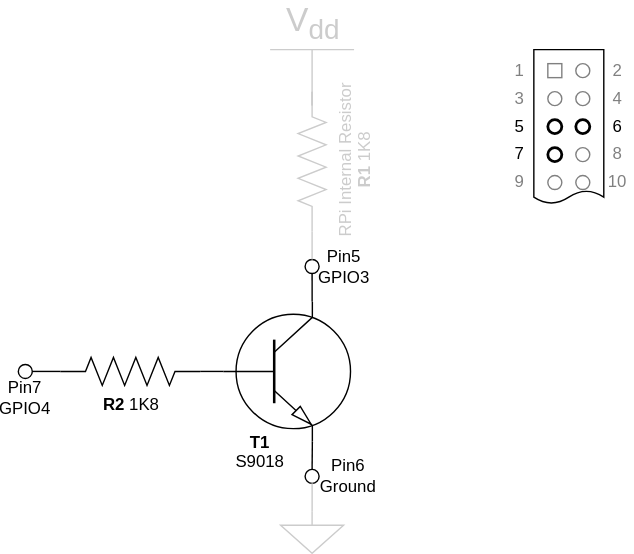
Earlier version of the draw.io export img/StartupTriggerSchematic.drawio.svg (abangtor/UPSLite). Source tidied: cells renumbered, new cells last; positions are measured from the earlier drawing's top-left corner, leaving out a move shared by most shapes.
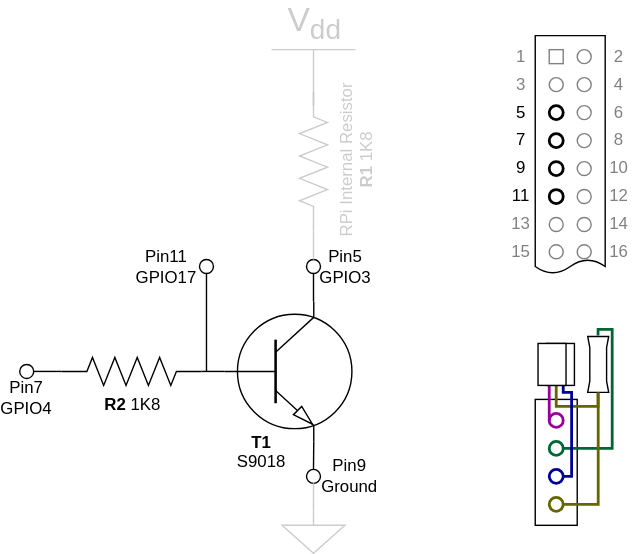
Above is the later version.

Commit message:
Added GPIO17 to be able to read voltage while charging

What changed in the source:
```diff
@@ -2,62 +2,62 @@
   <root>
     <mxCell id="0" />
     <mxCell id="1" parent="0" />
-    <mxCell id="2" style="shape=document;whiteSpace=wrap;html=1;boundedLbl=1;strokeWidth=1;size=0.08333333333333333;" parent="1" vertex="1">
-      <mxGeometry x="381" width="50" height="110" as="geometry" />
+    <mxCell id="2" style="shape=document;whiteSpace=wrap;html=1;boundedLbl=1;strokeWidth=1;size=0.058823529411764705;" parent="1" vertex="1">
+      <mxGeometry x="381" width="50" height="170" as="geometry" />
     </mxCell>
     <mxCell id="3" value="RPi Internal Resistor&lt;br&gt;&lt;b&gt;R1&lt;/b&gt; 1K8" style="verticalLabelPosition=bottom;shadow=0;dashed=0;align=center;html=1;verticalAlign=top;shape=mxgraph.electrical.resistors.resistor_2;rotation=-90;strokeColor=#CCCCCC;fontColor=#CCCCCC;" parent="1" vertex="1">
-      <mxGeometry x="172.5" y="70" width="100" height="20" as="geometry" />
+      <mxGeometry x="172.5" y="80" width="100" height="20" as="geometry" />
     </mxCell>
     <mxCell id="4" value="&lt;b&gt;T1&lt;br&gt;&lt;/b&gt;S9018" style="verticalLabelPosition=bottom;shadow=0;dashed=0;align=center;html=1;verticalAlign=top;shape=mxgraph.electrical.transistors.npn_transistor_1;fontStyle=0;spacingRight=40;spacingTop=-13;" parent="1" vertex="1">
-      <mxGeometry x="157" y="180" width="95" height="100" as="geometry" />
+      <mxGeometry x="157" y="190" width="95" height="100" as="geometry" />
     </mxCell>
     <mxCell id="5" style="edgeStyle=orthogonalEdgeStyle;rounded=0;jettySize=auto;html=1;endArrow=none;endFill=0;entryX=0;entryY=0.5;entryDx=0;entryDy=0;entryPerimeter=0;exitX=1;exitY=0.5;exitDx=0;exitDy=0;exitPerimeter=0;" parent="1" edge="1" source="6" target="4">
       <mxGeometry x="19" y="40" as="geometry" />
     </mxCell>
     <mxCell id="6" value="&lt;b&gt;R2&lt;/b&gt; 1K8" style="verticalLabelPosition=bottom;shadow=0;dashed=0;align=center;html=1;verticalAlign=top;shape=mxgraph.electrical.resistors.resistor_2;rotation=0;" parent="1" vertex="1">
-      <mxGeometry x="42.5" y="220" width="100" height="20" as="geometry" />
+      <mxGeometry x="42.5" y="230" width="100" height="20" as="geometry" />
     </mxCell>
     <mxCell id="7" style="edgeStyle=orthogonalEdgeStyle;rounded=0;jettySize=auto;html=1;fontColor=#CCCCCC;endArrow=none;endFill=0;strokeColor=#000000;entryX=0.7;entryY=0;entryDx=0;entryDy=0;entryPerimeter=0;" parent="1" edge="1" source="8" target="4">
       <mxGeometry x="19" y="40" as="geometry" />
     </mxCell>
     <mxCell id="8" style="ellipse;whiteSpace=wrap;html=1;fontColor=#CCCCCC;strokeColor=#000000;align=left;verticalAlign=top;" parent="1" vertex="1">
-      <mxGeometry x="217.5" y="150" width="10" height="10" as="geometry" />
+      <mxGeometry x="217.5" y="160" width="10" height="10" as="geometry" />
     </mxCell>
     <mxCell id="9" style="edgeStyle=orthogonalEdgeStyle;rounded=0;jettySize=auto;html=1;endArrow=none;endFill=0;exitX=0;exitY=0.5;exitDx=0;exitDy=0;exitPerimeter=0;entryX=0.5;entryY=0;entryDx=0;entryDy=0;strokeColor=#CCCCCC;" parent="1" edge="1" source="3" target="8">
       <mxGeometry x="19" y="40" as="geometry" />
     </mxCell>
     <mxCell id="10" style="ellipse;whiteSpace=wrap;html=1;fontColor=#CCCCCC;strokeColor=#000000;align=left;verticalAlign=top;" parent="1" vertex="1">
-      <mxGeometry x="217.5" y="300" width="10" height="10" as="geometry" />
+      <mxGeometry x="217.5" y="310" width="10" height="10" as="geometry" />
     </mxCell>
     <mxCell id="11" style="edgeStyle=orthogonalEdgeStyle;rounded=0;jettySize=auto;html=1;fontColor=#CCCCCC;endArrow=none;endFill=0;strokeColor=#000000;exitX=0.7;exitY=1;exitDx=0;exitDy=0;exitPerimeter=0;entryX=0.5;entryY=0;entryDx=0;entryDy=0;" parent="1" edge="1" source="4" target="10">
       <mxGeometry x="19" y="40" as="geometry" />
     </mxCell>
     <mxCell id="12" style="verticalLabelPosition=bottom;shadow=0;dashed=0;align=center;html=1;verticalAlign=top;shape=mxgraph.electrical.signal_sources.signal_ground;fontColor=#CCCCCC;strokeColor=#CCCCCC;" parent="1" vertex="1">
-      <mxGeometry x="200" y="330" width="45" height="30" as="geometry" />
+      <mxGeometry x="200" y="340" width="45" height="30" as="geometry" />
     </mxCell>
     <mxCell id="13" style="edgeStyle=orthogonalEdgeStyle;rounded=0;jettySize=auto;html=1;fontColor=#CCCCCC;endArrow=none;endFill=0;strokeColor=#CCCCCC;" parent="1" edge="1" source="10" target="12">
       <mxGeometry x="19" y="40" as="geometry" />
     </mxCell>
     <mxCell id="14" value="V&lt;sub&gt;dd&lt;/sub&gt;" style="verticalLabelPosition=top;verticalAlign=bottom;shape=mxgraph.electrical.signal_sources.vdd;shadow=0;dashed=0;align=center;strokeWidth=1;fontSize=24;html=1;flipV=1;fontColor=#CCCCCC;strokeColor=#CCCCCC;" parent="1" vertex="1">
-      <mxGeometry x="192.5" width="60" height="40" as="geometry" />
+      <mxGeometry x="192.5" y="10" width="60" height="40" as="geometry" />
     </mxCell>
     <mxCell id="15" style="edgeStyle=orthogonalEdgeStyle;rounded=0;jettySize=auto;html=1;endArrow=none;endFill=0;exitX=0.5;exitY=0;exitDx=0;exitDy=0;exitPerimeter=0;entryX=1;entryY=0.5;entryDx=0;entryDy=0;strokeColor=#CCCCCC;entryPerimeter=0;" parent="1" edge="1" source="14" target="3">
       <mxGeometry x="19" y="40" as="geometry" />
     </mxCell>
     <mxCell id="16" style="ellipse;whiteSpace=wrap;html=1;fontColor=#000000;strokeColor=#000000;align=center;verticalAlign=top;spacingTop=4;" parent="1" vertex="1">
-      <mxGeometry x="12.5" y="225" width="10" height="10" as="geometry" />
+      <mxGeometry x="12.5" y="235" width="10" height="10" as="geometry" />
     </mxCell>
     <mxCell id="17" style="edgeStyle=orthogonalEdgeStyle;rounded=0;jettySize=auto;html=1;fontColor=#CCCCCC;endArrow=none;endFill=0;strokeColor=#000000;entryX=1;entryY=0.5;entryDx=0;entryDy=0;exitX=0;exitY=0.5;exitDx=0;exitDy=0;exitPerimeter=0;" parent="1" edge="1" source="6" target="16">
       <mxGeometry x="19" y="40" as="geometry" />
     </mxCell>
     <mxCell id="18" value="Pin7&lt;br&gt;GPIO4" style="text;html=1;strokeColor=none;fillColor=none;align=center;verticalAlign=middle;whiteSpace=wrap;rounded=0;fontColor=#000000;" parent="1" vertex="1">
-      <mxGeometry y="236" width="35" height="25" as="geometry" />
+      <mxGeometry y="246" width="35" height="25" as="geometry" />
     </mxCell>
     <mxCell id="19" value="Pin5&lt;br&gt;GPIO3" style="text;html=1;strokeColor=none;fillColor=none;align=center;verticalAlign=middle;whiteSpace=wrap;rounded=0;fontColor=#000000;" parent="1" vertex="1">
-      <mxGeometry x="227.5" y="142.5" width="35" height="25" as="geometry" />
+      <mxGeometry x="227.5" y="152.5" width="35" height="25" as="geometry" />
     </mxCell>
-    <mxCell id="20" value="Pin6&lt;br&gt;Ground" style="text;html=1;strokeColor=none;fillColor=none;align=center;verticalAlign=middle;whiteSpace=wrap;rounded=0;fontColor=#000000;" parent="1" vertex="1">
-      <mxGeometry x="230.5" y="292.5" width="35" height="25" as="geometry" />
+    <mxCell id="20" value="Pin9&lt;br&gt;Ground" style="text;html=1;strokeColor=none;fillColor=none;align=center;verticalAlign=middle;whiteSpace=wrap;rounded=0;fontColor=#000000;" parent="1" vertex="1">
+      <mxGeometry x="230.5" y="302.5" width="35" height="25" as="geometry" />
     </mxCell>
     <mxCell id="21" style="whiteSpace=wrap;html=1;fontColor=#CCCCCC;strokeColor=#808080;align=left;verticalAlign=top;" parent="1" vertex="1">
       <mxGeometry x="391" y="10" width="10" height="10" as="geometry" />
@@ -74,16 +74,16 @@
     <mxCell id="25" style="ellipse;whiteSpace=wrap;html=1;fontColor=#CCCCCC;strokeColor=#000000;align=left;verticalAlign=top;strokeWidth=2;" parent="1" vertex="1">
       <mxGeometry x="391" y="50" width="10" height="10" as="geometry" />
     </mxCell>
-    <mxCell id="26" style="ellipse;whiteSpace=wrap;html=1;fontColor=#CCCCCC;strokeColor=#000000;align=left;verticalAlign=top;strokeWidth=2;" parent="1" vertex="1">
+    <mxCell id="26" style="ellipse;whiteSpace=wrap;html=1;fontColor=#CCCCCC;strokeColor=#808080;align=left;verticalAlign=top;strokeWidth=1;" parent="1" vertex="1">
       <mxGeometry x="411" y="50" width="10" height="10" as="geometry" />
     </mxCell>
     <mxCell id="27" style="ellipse;whiteSpace=wrap;html=1;fontColor=#CCCCCC;strokeColor=#000000;align=left;verticalAlign=top;strokeWidth=2;" parent="1" vertex="1">
       <mxGeometry x="391" y="70" width="10" height="10" as="geometry" />
     </mxCell>
-    <mxCell id="28" style="ellipse;whiteSpace=wrap;html=1;fontColor=#CCCCCC;strokeColor=#808080;align=left;verticalAlign=top;" parent="1" vertex="1">
+    <mxCell id="28" style="ellipse;whiteSpace=wrap;html=1;fontColor=#CCCCCC;strokeColor=#808080;align=left;verticalAlign=top;strokeWidth=1;" parent="1" vertex="1">
       <mxGeometry x="411" y="70" width="10" height="10" as="geometry" />
     </mxCell>
-    <mxCell id="29" style="ellipse;whiteSpace=wrap;html=1;fontColor=#CCCCCC;strokeColor=#808080;align=left;verticalAlign=top;" parent="1" vertex="1">
+    <mxCell id="29" style="ellipse;whiteSpace=wrap;html=1;fontColor=#CCCCCC;strokeColor=#000000;align=left;verticalAlign=top;strokeWidth=2;" parent="1" vertex="1">
       <mxGeometry x="391" y="90" width="10" height="10" as="geometry" />
     </mxCell>
     <mxCell id="30" style="ellipse;whiteSpace=wrap;html=1;fontColor=#CCCCCC;strokeColor=#808080;align=left;verticalAlign=top;" parent="1" vertex="1">
@@ -95,7 +95,7 @@
     <mxCell id="32" value="7" style="text;html=1;strokeColor=none;fillColor=none;align=center;verticalAlign=middle;whiteSpace=wrap;rounded=0;" parent="1" vertex="1">
       <mxGeometry x="361" y="70" width="20" height="10" as="geometry" />
     </mxCell>
-    <mxCell id="33" value="6" style="text;html=1;strokeColor=none;fillColor=none;align=center;verticalAlign=middle;whiteSpace=wrap;rounded=0;" parent="1" vertex="1">
+    <mxCell id="33" value="6" style="text;html=1;strokeColor=none;fillColor=none;align=center;verticalAlign=middle;whiteSpace=wrap;rounded=0;fontColor=#808080;" parent="1" vertex="1">
       <mxGeometry x="431" y="50" width="20" height="10" as="geometry" />
     </mxCell>
     <mxCell id="34" value="1" style="text;html=1;strokeColor=none;fillColor=none;align=center;verticalAlign=middle;whiteSpace=wrap;rounded=0;fontColor=#808080;" parent="1" vertex="1">
@@ -113,11 +113,126 @@
     <mxCell id="38" value="8" style="text;html=1;strokeColor=none;fillColor=none;align=center;verticalAlign=middle;whiteSpace=wrap;rounded=0;fontColor=#808080;" parent="1" vertex="1">
       <mxGeometry x="431" y="70" width="20" height="10" as="geometry" />
     </mxCell>
-    <mxCell id="39" value="9" style="text;html=1;strokeColor=none;fillColor=none;align=center;verticalAlign=middle;whiteSpace=wrap;rounded=0;fontColor=#808080;" parent="1" vertex="1">
+    <mxCell id="39" value="9" style="text;html=1;strokeColor=none;fillColor=none;align=center;verticalAlign=middle;whiteSpace=wrap;rounded=0;fontColor=#000000;" parent="1" vertex="1">
       <mxGeometry x="361" y="90" width="20" height="10" as="geometry" />
     </mxCell>
     <mxCell id="40" value="10" style="text;html=1;strokeColor=none;fillColor=none;align=center;verticalAlign=middle;whiteSpace=wrap;rounded=0;fontColor=#808080;" parent="1" vertex="1">
       <mxGeometry x="431" y="90" width="20" height="10" as="geometry" />
     </mxCell>
+    <mxCell id="41" style="edgeStyle=orthogonalEdgeStyle;rounded=0;jettySize=auto;html=1;fontColor=#CCCCCC;endArrow=none;endFill=0;strokeColor=#000000;" parent="1" edge="1" source="42">
+      <mxGeometry x="-56" y="40" as="geometry">
+        <mxPoint x="146" y="240" as="targetPoint" />
+      </mxGeometry>
+    </mxCell>
+    <mxCell id="42" style="ellipse;whiteSpace=wrap;html=1;fontColor=#CCCCCC;strokeColor=#000000;align=left;verticalAlign=top;" parent="1" vertex="1">
+      <mxGeometry x="141" y="160" width="10" height="10" as="geometry" />
+    </mxCell>
+    <mxCell id="43" value="Pin11&lt;br&gt;GPIO17" style="text;html=1;strokeColor=none;fillColor=none;align=center;verticalAlign=middle;whiteSpace=wrap;rounded=0;fontColor=#000000;" parent="1" vertex="1">
+      <mxGeometry x="100" y="152" width="35" height="25" as="geometry" />
+    </mxCell>
+    <mxCell id="44" style="ellipse;whiteSpace=wrap;html=1;fontColor=#CCCCCC;strokeColor=#000000;align=left;verticalAlign=top;strokeWidth=2;" parent="1" vertex="1">
+      <mxGeometry x="391" y="110" width="10" height="10" as="geometry" />
+    </mxCell>
+    <mxCell id="45" style="ellipse;whiteSpace=wrap;html=1;fontColor=#CCCCCC;strokeColor=#808080;align=left;verticalAlign=top;" parent="1" vertex="1">
+      <mxGeometry x="411" y="110" width="10" height="10" as="geometry" />
+    </mxCell>
+    <mxCell id="46" value="11" style="text;html=1;strokeColor=none;fillColor=none;align=center;verticalAlign=middle;whiteSpace=wrap;rounded=0;fontColor=#000000;" parent="1" vertex="1">
+      <mxGeometry x="361" y="110" width="20" height="10" as="geometry" />
+    </mxCell>
+    <mxCell id="47" value="12" style="text;html=1;strokeColor=none;fillColor=none;align=center;verticalAlign=middle;whiteSpace=wrap;rounded=0;fontColor=#808080;" parent="1" vertex="1">
+      <mxGeometry x="431" y="110" width="20" height="10" as="geometry" />
+    </mxCell>
+    <mxCell id="48" style="ellipse;whiteSpace=wrap;html=1;fontColor=#CCCCCC;strokeColor=#808080;align=left;verticalAlign=top;" parent="1" vertex="1">
+      <mxGeometry x="391" y="130" width="10" height="10" as="geometry" />
+    </mxCell>
+    <mxCell id="49" style="ellipse;whiteSpace=wrap;html=1;fontColor=#CCCCCC;strokeColor=#808080;align=left;verticalAlign=top;" parent="1" vertex="1">
+      <mxGeometry x="411" y="130" width="10" height="10" as="geometry" />
+    </mxCell>
+    <mxCell id="50" value="13" style="text;html=1;strokeColor=none;fillColor=none;align=center;verticalAlign=middle;whiteSpace=wrap;rounded=0;fontColor=#808080;" parent="1" vertex="1">
+      <mxGeometry x="361" y="130" width="20" height="10" as="geometry" />
+    </mxCell>
+    <mxCell id="51" value="14" style="text;html=1;strokeColor=none;fillColor=none;align=center;verticalAlign=middle;whiteSpace=wrap;rounded=0;fontColor=#808080;" parent="1" vertex="1">
+      <mxGeometry x="431" y="130" width="20" height="10" as="geometry" />
+    </mxCell>
+    <mxCell id="52" style="ellipse;whiteSpace=wrap;html=1;fontColor=#CCCCCC;strokeColor=#808080;align=left;verticalAlign=top;" parent="1" vertex="1">
+      <mxGeometry x="391" y="149.5" width="10" height="10" as="geometry" />
+    </mxCell>
+    <mxCell id="53" style="ellipse;whiteSpace=wrap;html=1;fontColor=#CCCCCC;strokeColor=#808080;align=left;verticalAlign=top;" parent="1" vertex="1">
+      <mxGeometry x="411" y="149.5" width="10" height="10" as="geometry" />
+    </mxCell>
+    <mxCell id="54" value="15" style="text;html=1;strokeColor=none;fillColor=none;align=center;verticalAlign=middle;whiteSpace=wrap;rounded=0;fontColor=#808080;" parent="1" vertex="1">
+      <mxGeometry x="361" y="149.5" width="20" height="10" as="geometry" />
+    </mxCell>
+    <mxCell id="55" value="16" style="text;html=1;strokeColor=none;fillColor=none;align=center;verticalAlign=middle;whiteSpace=wrap;rounded=0;fontColor=#808080;" parent="1" vertex="1">
+      <mxGeometry x="431" y="149.5" width="20" height="10" as="geometry" />
+    </mxCell>
+    <mxCell id="56" style="rounded=0;whiteSpace=wrap;html=1;fontColor=#000000;strokeColor=#000000;strokeWidth=1;" parent="1" vertex="1">
+      <mxGeometry x="381" y="260" width="30" height="90" as="geometry" />
+    </mxCell>
+    <mxCell id="57" style="ellipse;whiteSpace=wrap;html=1;fontColor=#CCCCCC;strokeColor=#990099;align=left;verticalAlign=top;strokeWidth=2;" parent="1" vertex="1">
+      <mxGeometry x="391" y="270" width="10" height="10" as="geometry" />
+    </mxCell>
+    <mxCell id="58" style="ellipse;whiteSpace=wrap;html=1;fontColor=#CCCCCC;strokeColor=#006633;align=left;verticalAlign=top;strokeWidth=2;" parent="1" vertex="1">
+      <mxGeometry x="391" y="290" width="10" height="10" as="geometry" />
+    </mxCell>
+    <mxCell id="59" style="ellipse;whiteSpace=wrap;html=1;fontColor=#CCCCCC;strokeColor=#000099;align=left;verticalAlign=top;strokeWidth=2;" parent="1" vertex="1">
+      <mxGeometry x="391" y="310" width="10" height="10" as="geometry" />
+    </mxCell>
+    <mxCell id="60" style="ellipse;whiteSpace=wrap;html=1;fontColor=#CCCCCC;strokeColor=#666600;align=left;verticalAlign=top;strokeWidth=2;" parent="1" vertex="1">
+      <mxGeometry x="391" y="330" width="10" height="10" as="geometry" />
+    </mxCell>
+    <mxCell id="61" style="rounded=0;jettySize=auto;html=1;fontColor=#000000;endArrow=none;endFill=0;edgeStyle=orthogonalEdgeStyle;endSize=6;strokeWidth=2;strokeColor=#990099;" parent="1" edge="1" source="69" target="57">
+      <mxGeometry relative="1" as="geometry">
+        <Array as="points">
+          <mxPoint x="391" y="262" />
+          <mxPoint x="391" y="262" />
+        </Array>
+      </mxGeometry>
+    </mxCell>
+    <mxCell id="62" style="verticalLabelPosition=bottom;verticalAlign=top;html=1;shape=mxgraph.basic.polygon;polyCoords=[[0.25,0],[0.75,0],[0.7,0.2],[0.7,0.8],[0.75,1],[0.25,1],[0.3,0.8],[0.3,0.2]];polyline=0;fontColor=#000000;strokeColor=#000000;strokeWidth=1;" parent="1" vertex="1">
+      <mxGeometry x="411" y="215" width="30" height="40" as="geometry" />
+    </mxCell>
+    <mxCell id="63" style="edgeStyle=orthogonalEdgeStyle;rounded=0;jettySize=auto;html=1;fontColor=#000000;endArrow=none;endFill=0;endSize=6;strokeWidth=2;entryX=0.496;entryY=1.002;entryDx=0;entryDy=0;entryPerimeter=0;strokeColor=#666600;" parent="1" edge="1" source="69" target="62">
+      <mxGeometry relative="1" as="geometry">
+        <Array as="points">
+          <mxPoint x="396" y="265" />
+          <mxPoint x="426" y="265" />
+        </Array>
+      </mxGeometry>
+    </mxCell>
+    <mxCell id="64" style="edgeStyle=orthogonalEdgeStyle;rounded=0;jettySize=auto;html=1;fontColor=#000000;endArrow=none;endFill=0;endSize=6;strokeWidth=2;entryX=0.496;entryY=-0.019;entryDx=0;entryDy=0;entryPerimeter=0;strokeColor=#006633;" parent="1" edge="1" source="58" target="62">
+      <mxGeometry relative="1" as="geometry">
+        <Array as="points">
+          <mxPoint x="436" y="295" />
+          <mxPoint x="436" y="210" />
+          <mxPoint x="426" y="210" />
+        </Array>
+      </mxGeometry>
+    </mxCell>
+    <mxCell id="65" style="edgeStyle=orthogonalEdgeStyle;rounded=0;jettySize=auto;html=1;fontColor=#000000;endArrow=none;endFill=0;endSize=6;strokeWidth=2;strokeColor=#000099;" parent="1" edge="1" source="68" target="59">
+      <mxGeometry relative="1" as="geometry">
+        <Array as="points">
+          <mxPoint x="401" y="255" />
+          <mxPoint x="407" y="255" />
+          <mxPoint x="407" y="315" />
+        </Array>
+      </mxGeometry>
+    </mxCell>
+    <mxCell id="66" style="edgeStyle=orthogonalEdgeStyle;rounded=0;jettySize=auto;html=1;fontColor=#000000;endArrow=none;endFill=0;endSize=6;strokeWidth=2;entryX=1;entryY=0.5;entryDx=0;entryDy=0;strokeColor=#666600;" parent="1" edge="1" source="62" target="60">
+      <mxGeometry relative="1" as="geometry">
+        <Array as="points">
+          <mxPoint x="426" y="335" />
+        </Array>
+      </mxGeometry>
+    </mxCell>
+    <mxCell id="67" style="group;" parent="1" vertex="1">
+      <mxGeometry x="383" y="220" width="26" height="30" as="geometry" />
+    </mxCell>
+    <mxCell id="68" style="rounded=0;whiteSpace=wrap;html=1;fontColor=#000000;strokeColor=#000000;strokeWidth=1;" parent="67" vertex="1">
+      <mxGeometry x="6" width="20" height="30" as="geometry" />
+    </mxCell>
+    <mxCell id="69" style="rounded=0;whiteSpace=wrap;html=1;fontColor=#000000;strokeColor=#000000;strokeWidth=1;" parent="67" vertex="1">
+      <mxGeometry width="20" height="30" as="geometry" />
+    </mxCell>
   </root>
 </mxGraphModel>
```
